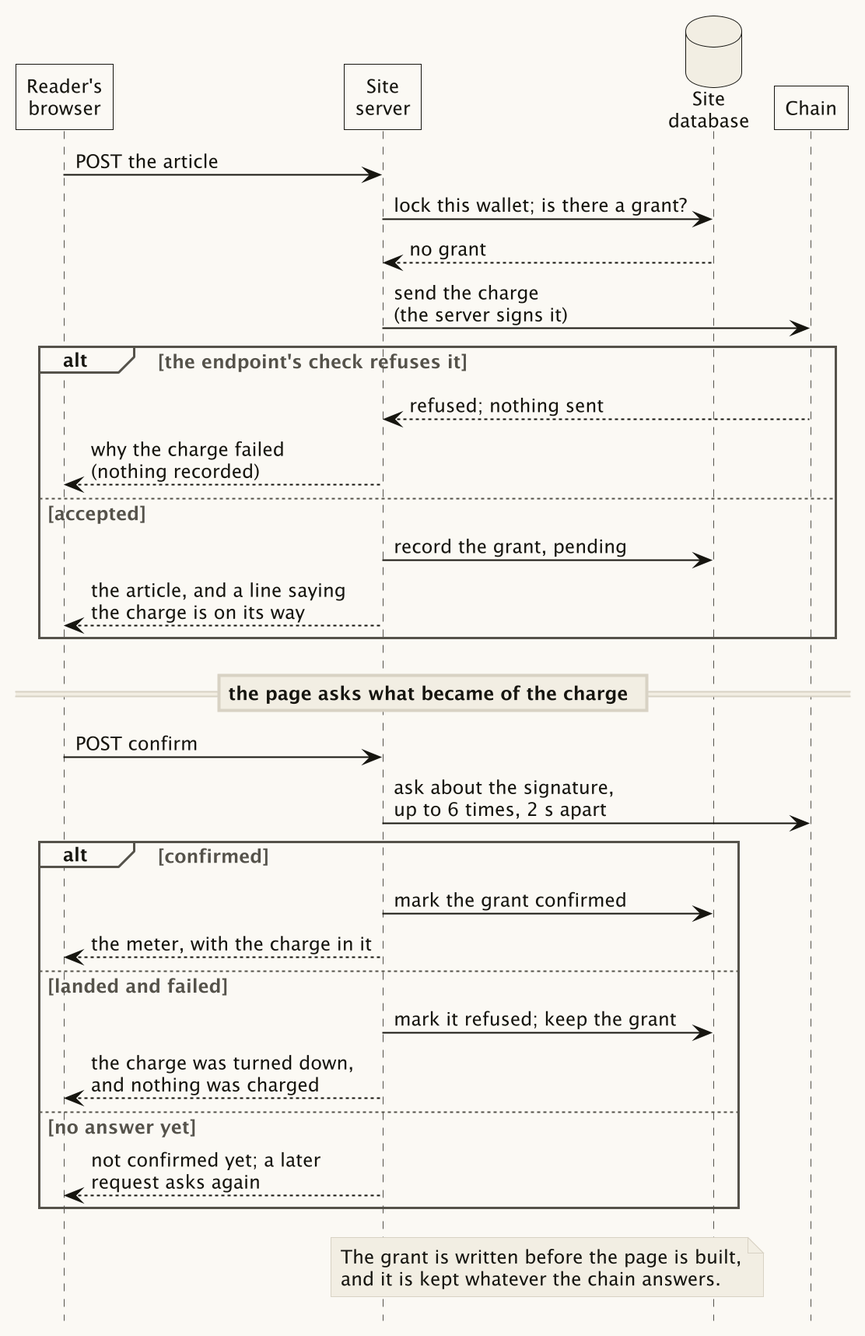
This is public/assets/img/two-orderings-charge-light.png from wbreeze/sol-pay-demonstrator, a PlantUML export, as it was before one commit.
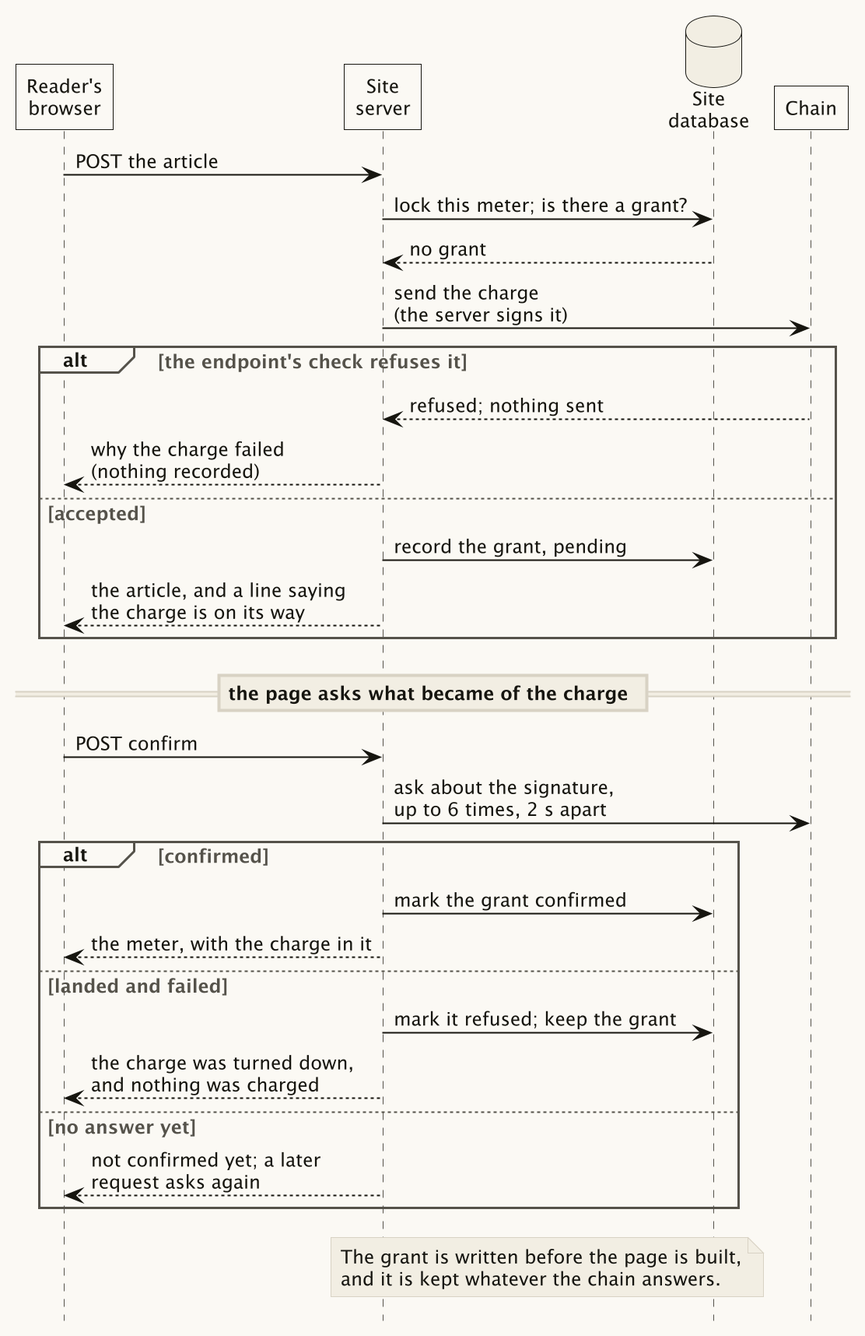
After the commit.

The edit, as a diff of the source:
```diff
@@ -4,7 +4,7 @@
 $lifelines()
 
 B -> S : POST the article
-S -> D : lock this wallet; is there a grant?
+S -> D : lock this meter; is there a grant?
 D --> S : no grant
 S -> C : send the charge\n(the server signs it)
 
```
